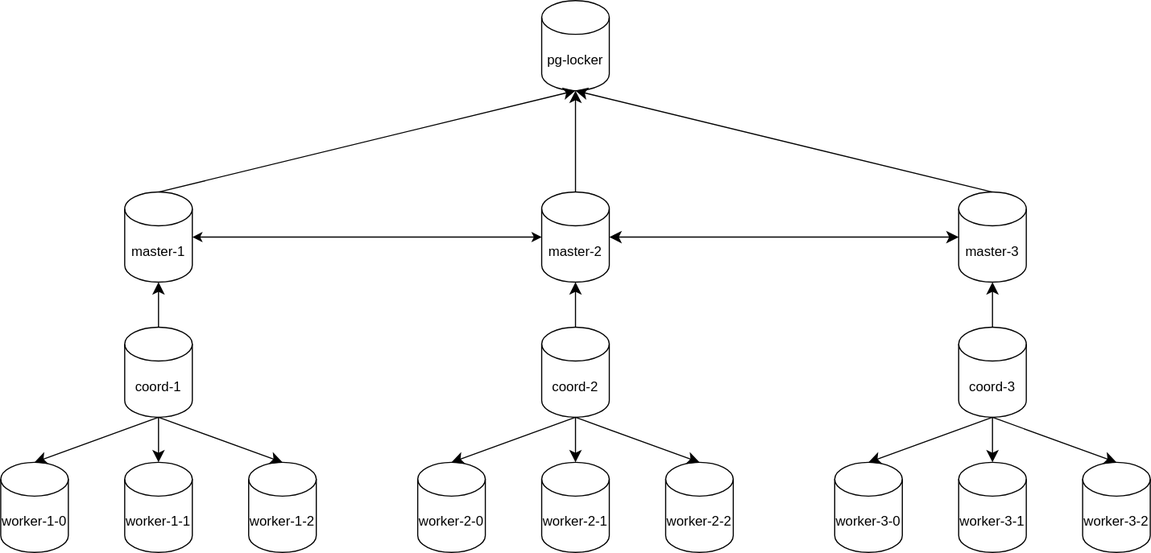
martim-x/K8sCitusCluster keeps this draw.io diagram as db_shema/db_schema.svg. Above is the earlier version. Source tidied: cells renumbered, new cells last; positions are measured from the earlier drawing's top-left corner, leaving out a move shared by most shapes.
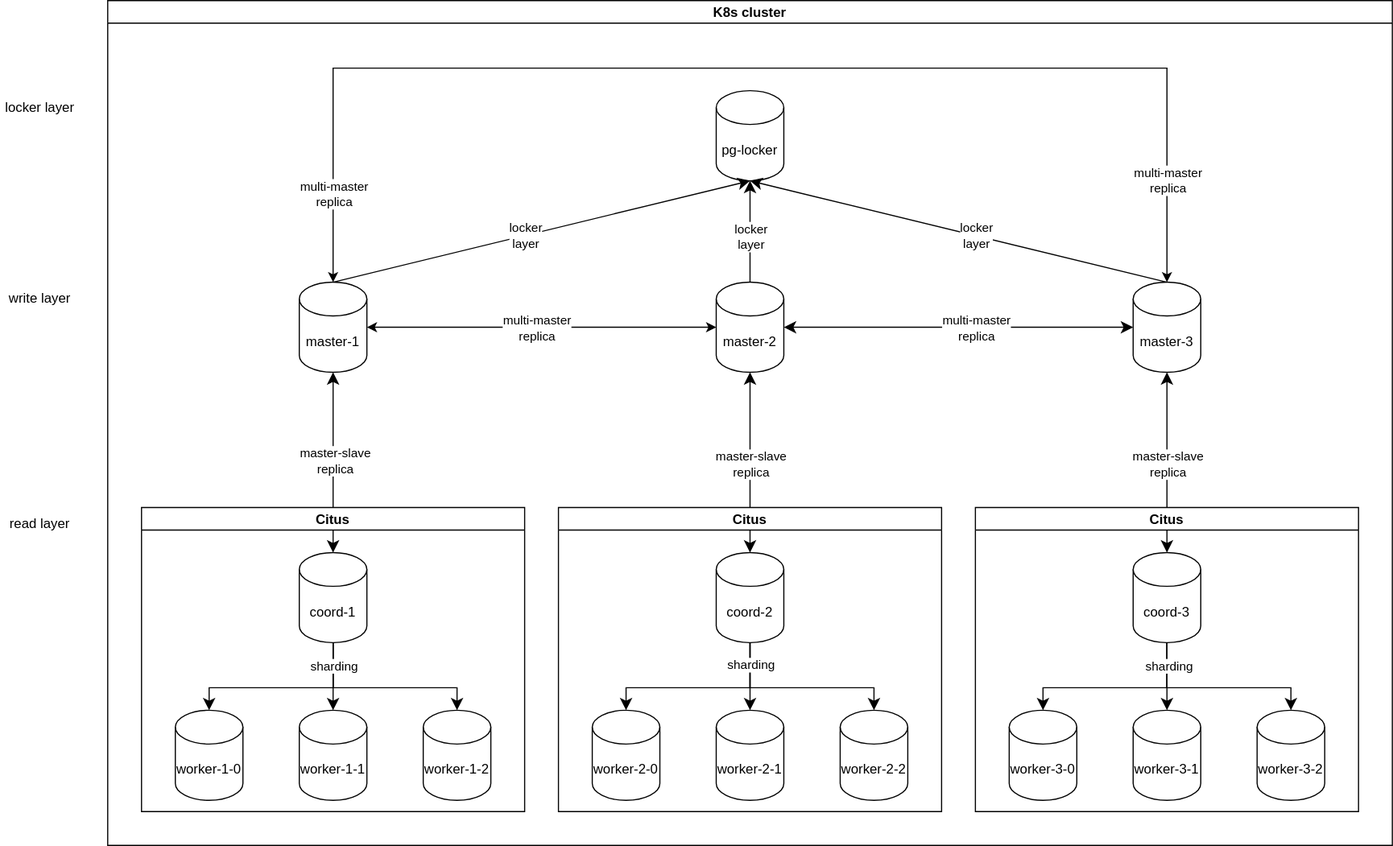
Later version of the same file.

The edit, as a diff of the source:
```diff
@@ -2,53 +2,90 @@
   <root>
     <mxCell id="0" />
     <mxCell id="1" parent="0" />
-    <mxCell id="2" style="edgeStyle=none;curved=1;rounded=0;jettySize=auto;html=1;fontSize=12;startSize=8;endSize=8;startArrow=classic;startFill=1;endArrow=none;endFill=0;" parent="1" edge="1" source="3" target="7">
+    <mxCell id="2" style="edgeStyle=none;curved=1;rounded=0;jettySize=auto;html=1;fontSize=12;startSize=8;endSize=8;startArrow=classic;startFill=1;endArrow=classic;endFill=1;" parent="1" edge="1" source="3" target="7">
       <mxGeometry relative="1" as="geometry" />
     </mxCell>
+    <mxCell id="35" value="master-slave&lt;div&gt;replica&lt;/div&gt;" style="edgeLabel;html=1;align=center;verticalAlign=middle;" parent="2" vertex="1">
+      <mxGeometry x="-0.02" y="1" relative="1" as="geometry" />
+    </mxCell>
+    <mxCell id="36" style="edgeStyle=orthogonalEdgeStyle;rounded=0;jettySize=auto;html=1;entryX=0.5;entryY=0;entryDx=0;entryDy=0;entryPerimeter=0;startArrow=classic;startFill=1;" parent="1" edge="1" source="3" target="6">
+      <mxGeometry relative="1" as="geometry">
+        <Array as="points">
+          <mxPoint x="140" y="-160" />
+          <mxPoint x="880" y="-160" />
+        </Array>
+      </mxGeometry>
+    </mxCell>
+    <mxCell id="37" value="multi-master&lt;div&gt;replica&lt;/div&gt;" style="edgeLabel;html=1;align=center;verticalAlign=middle;" parent="36" vertex="1">
+      <mxGeometry x="-0.86" relative="1" as="geometry" />
+    </mxCell>
+    <mxCell id="38" value="multi-master&lt;div&gt;replica&lt;/div&gt;" style="edgeLabel;html=1;align=center;verticalAlign=middle;" parent="36" vertex="1">
+      <mxGeometry x="0.84" relative="1" as="geometry" />
+    </mxCell>
     <mxCell id="3" value="master-1" style="shape=cylinder3;whiteSpace=wrap;html=1;boundedLbl=1;backgroundOutline=1;size=15;" parent="1" vertex="1">
-      <mxGeometry x="110" y="170" width="60" height="80" as="geometry" />
+      <mxGeometry x="110" y="30" width="60" height="80" as="geometry" />
     </mxCell>
-    <mxCell id="4" style="edgeStyle=none;curved=1;rounded=0;jettySize=auto;html=1;fontSize=12;startSize=8;endSize=8;endArrow=none;endFill=0;startArrow=classic;startFill=1;" parent="1" edge="1" source="5" target="8">
+    <mxCell id="4" style="edgeStyle=none;curved=1;rounded=0;jettySize=auto;html=1;fontSize=12;startSize=8;endSize=8;endArrow=classic;endFill=1;startArrow=classic;startFill=1;" parent="1" edge="1" source="5" target="8">
       <mxGeometry relative="1" as="geometry" />
     </mxCell>
+    <mxCell id="39" value="master-slave&lt;div&gt;replica&lt;/div&gt;" style="edgeLabel;html=1;align=center;verticalAlign=middle;" parent="4" vertex="1">
+      <mxGeometry x="0.01" relative="1" as="geometry" />
+    </mxCell>
     <mxCell id="5" value="master-2" style="shape=cylinder3;whiteSpace=wrap;html=1;boundedLbl=1;backgroundOutline=1;size=15;" parent="1" vertex="1">
-      <mxGeometry x="480" y="170" width="60" height="80" as="geometry" />
+      <mxGeometry x="480" y="30" width="60" height="80" as="geometry" />
     </mxCell>
     <mxCell id="6" value="master-3" style="shape=cylinder3;whiteSpace=wrap;html=1;boundedLbl=1;backgroundOutline=1;size=15;" parent="1" vertex="1">
-      <mxGeometry x="850" y="170" width="60" height="80" as="geometry" />
+      <mxGeometry x="850" y="30" width="60" height="80" as="geometry" />
     </mxCell>
     <mxCell id="7" value="coord-1" style="shape=cylinder3;whiteSpace=wrap;html=1;boundedLbl=1;backgroundOutline=1;size=15;" parent="1" vertex="1">
-      <mxGeometry x="110" y="290" width="60" height="80" as="geometry" />
+      <mxGeometry x="110" y="270" width="60" height="80" as="geometry" />
     </mxCell>
     <mxCell id="8" value="coord-2" style="shape=cylinder3;whiteSpace=wrap;html=1;boundedLbl=1;backgroundOutline=1;size=15;" parent="1" vertex="1">
-      <mxGeometry x="480" y="290" width="60" height="80" as="geometry" />
+      <mxGeometry x="480" y="270" width="60" height="80" as="geometry" />
     </mxCell>
-    <mxCell id="9" style="edgeStyle=none;curved=1;rounded=0;jettySize=auto;html=1;fontSize=12;startSize=8;endSize=8;" parent="1" edge="1" source="10" target="6">
+    <mxCell id="9" style="edgeStyle=none;curved=1;rounded=0;jettySize=auto;html=1;fontSize=12;startSize=8;endSize=8;startArrow=classic;startFill=1;" parent="1" edge="1" source="10" target="6">
       <mxGeometry relative="1" as="geometry" />
     </mxCell>
+    <mxCell id="40" value="master-slave&lt;div&gt;replica&lt;/div&gt;" style="edgeLabel;html=1;align=center;verticalAlign=middle;" parent="9" vertex="1">
+      <mxGeometry x="-0.01" relative="1" as="geometry" />
+    </mxCell>
     <mxCell id="10" value="coord-3" style="shape=cylinder3;whiteSpace=wrap;html=1;boundedLbl=1;backgroundOutline=1;size=15;" parent="1" vertex="1">
-      <mxGeometry x="850" y="290" width="60" height="80" as="geometry" />
+      <mxGeometry x="850" y="270" width="60" height="80" as="geometry" />
     </mxCell>
     <mxCell id="11" value="pg-locker" style="shape=cylinder3;whiteSpace=wrap;html=1;boundedLbl=1;backgroundOutline=1;size=15;" parent="1" vertex="1">
-      <mxGeometry x="480" width="60" height="80" as="geometry" />
+      <mxGeometry x="480" y="-140" width="60" height="80" as="geometry" />
     </mxCell>
     <mxCell id="12" style="edgeStyle=none;curved=1;rounded=0;jettySize=auto;html=1;entryX=0.5;entryY=1;entryDx=0;entryDy=0;entryPerimeter=0;fontSize=12;startSize=8;endSize=8;" parent="1" edge="1" source="5" target="11">
       <mxGeometry relative="1" as="geometry" />
     </mxCell>
+    <mxCell id="41" value="locker&lt;div&gt;layer&lt;/div&gt;" style="edgeLabel;html=1;align=center;verticalAlign=middle;" parent="12" vertex="1">
+      <mxGeometry x="-0.1" relative="1" as="geometry" />
+    </mxCell>
     <mxCell id="13" style="edgeStyle=none;curved=1;rounded=0;jettySize=auto;html=1;entryX=0.5;entryY=1;entryDx=0;entryDy=0;entryPerimeter=0;fontSize=12;startSize=8;endSize=8;exitX=0.5;exitY=0;exitDx=0;exitDy=0;exitPerimeter=0;" parent="1" edge="1" source="3" target="11">
       <mxGeometry relative="1" as="geometry" />
     </mxCell>
+    <mxCell id="42" value="locker&lt;div&gt;layer&lt;/div&gt;" style="edgeLabel;html=1;align=center;verticalAlign=middle;" parent="13" vertex="1">
+      <mxGeometry x="-0.08" relative="1" as="geometry" />
+    </mxCell>
     <mxCell id="14" style="edgeStyle=none;curved=1;rounded=0;jettySize=auto;html=1;entryX=0.5;entryY=1;entryDx=0;entryDy=0;entryPerimeter=0;fontSize=12;startSize=8;endSize=8;exitX=0.5;exitY=0;exitDx=0;exitDy=0;exitPerimeter=0;" parent="1" edge="1" source="6" target="11">
       <mxGeometry relative="1" as="geometry" />
     </mxCell>
+    <mxCell id="43" value="locker&lt;div&gt;layer&lt;/div&gt;" style="edgeLabel;html=1;align=center;verticalAlign=middle;" parent="14" vertex="1">
+      <mxGeometry x="-0.08" relative="1" as="geometry" />
+    </mxCell>
     <mxCell id="15" value="worker-1-0" style="shape=cylinder3;whiteSpace=wrap;html=1;boundedLbl=1;backgroundOutline=1;size=15;" parent="1" vertex="1">
       <mxGeometry y="410" width="60" height="80" as="geometry" />
     </mxCell>
     <mxCell id="16" value="worker-1-1" style="shape=cylinder3;whiteSpace=wrap;html=1;boundedLbl=1;backgroundOutline=1;size=15;" parent="1" vertex="1">
       <mxGeometry x="110" y="410" width="60" height="80" as="geometry" />
     </mxCell>
-    <mxCell id="17" style="edgeStyle=none;curved=1;rounded=0;jettySize=auto;html=1;entryX=0.5;entryY=0;entryDx=0;entryDy=0;entryPerimeter=0;fontSize=12;startSize=8;endSize=8;exitX=0.5;exitY=1;exitDx=0;exitDy=0;exitPerimeter=0;" parent="1" edge="1" source="7" target="15">
-      <mxGeometry relative="1" as="geometry" />
+    <mxCell id="17" style="rounded=0;jettySize=auto;html=1;entryX=0.5;entryY=0;entryDx=0;entryDy=0;entryPerimeter=0;fontSize=12;startSize=8;endSize=8;exitX=0.5;exitY=1;exitDx=0;exitDy=0;exitPerimeter=0;" parent="1" edge="1" source="7" target="15">
+      <mxGeometry relative="1" as="geometry">
+        <Array as="points">
+          <mxPoint x="140" y="390" />
+          <mxPoint x="30" y="390" />
+        </Array>
+      </mxGeometry>
     </mxCell>
     <mxCell id="18" style="edgeStyle=none;curved=1;rounded=0;jettySize=auto;html=1;entryX=0.5;entryY=0;entryDx=0;entryDy=0;entryPerimeter=0;fontSize=12;startSize=8;endSize=8;" parent="1" edge="1" source="7" target="16">
       <mxGeometry relative="1" as="geometry" />
@@ -56,9 +93,17 @@
     <mxCell id="19" value="worker-1-2" style="shape=cylinder3;whiteSpace=wrap;html=1;boundedLbl=1;backgroundOutline=1;size=15;" parent="1" vertex="1">
       <mxGeometry x="220" y="410" width="60" height="80" as="geometry" />
     </mxCell>
-    <mxCell id="20" style="edgeStyle=none;curved=1;rounded=0;jettySize=auto;html=1;entryX=0.5;entryY=0;entryDx=0;entryDy=0;entryPerimeter=0;fontSize=12;startSize=8;endSize=8;exitX=0.5;exitY=1;exitDx=0;exitDy=0;exitPerimeter=0;" parent="1" edge="1" source="7" target="19">
-      <mxGeometry relative="1" as="geometry" />
+    <mxCell id="20" style="rounded=0;jettySize=auto;html=1;entryX=0.5;entryY=0;entryDx=0;entryDy=0;entryPerimeter=0;fontSize=12;startSize=8;endSize=8;exitX=0.5;exitY=1;exitDx=0;exitDy=0;exitPerimeter=0;" parent="1" edge="1" source="7" target="19">
+      <mxGeometry relative="1" as="geometry">
+        <Array as="points">
+          <mxPoint x="140" y="390" />
+          <mxPoint x="250" y="390" />
+        </Array>
+      </mxGeometry>
     </mxCell>
+    <mxCell id="44" value="sharding" style="edgeLabel;html=1;align=center;verticalAlign=middle;" parent="20" vertex="1">
+      <mxGeometry x="-0.77" relative="1" as="geometry" />
+    </mxCell>
     <mxCell id="21" value="worker-2-0" style="shape=cylinder3;whiteSpace=wrap;html=1;boundedLbl=1;backgroundOutline=1;size=15;" parent="1" vertex="1">
       <mxGeometry x="370" y="410" width="60" height="80" as="geometry" />
     </mxCell>
@@ -77,29 +122,82 @@
     <mxCell id="26" value="worker-3-2" style="shape=cylinder3;whiteSpace=wrap;html=1;boundedLbl=1;backgroundOutline=1;size=15;" parent="1" vertex="1">
       <mxGeometry x="960" y="410" width="60" height="80" as="geometry" />
     </mxCell>
-    <mxCell id="27" style="edgeStyle=none;curved=1;rounded=0;jettySize=auto;html=1;entryX=0.5;entryY=0;entryDx=0;entryDy=0;entryPerimeter=0;fontSize=12;startSize=8;endSize=8;exitX=0.5;exitY=1;exitDx=0;exitDy=0;exitPerimeter=0;" parent="1" edge="1" source="10" target="24">
-      <mxGeometry relative="1" as="geometry" />
+    <mxCell id="27" style="rounded=0;jettySize=auto;html=1;entryX=0.5;entryY=0;entryDx=0;entryDy=0;entryPerimeter=0;fontSize=12;startSize=8;endSize=8;exitX=0.5;exitY=1;exitDx=0;exitDy=0;exitPerimeter=0;" parent="1" edge="1" source="10" target="24">
+      <mxGeometry relative="1" as="geometry">
+        <Array as="points">
+          <mxPoint x="880" y="390" />
+          <mxPoint x="770" y="390" />
+        </Array>
+      </mxGeometry>
     </mxCell>
-    <mxCell id="28" style="edgeStyle=none;curved=1;rounded=0;jettySize=auto;html=1;entryX=0.5;entryY=0;entryDx=0;entryDy=0;entryPerimeter=0;fontSize=12;startSize=8;endSize=8;" parent="1" edge="1" source="10" target="25">
+    <mxCell id="28" style="rounded=0;jettySize=auto;html=1;entryX=0.5;entryY=0;entryDx=0;entryDy=0;entryPerimeter=0;fontSize=12;startSize=8;endSize=8;" parent="1" edge="1" source="10" target="25">
       <mxGeometry relative="1" as="geometry" />
     </mxCell>
-    <mxCell id="29" style="edgeStyle=none;curved=1;rounded=0;jettySize=auto;html=1;entryX=0.5;entryY=0;entryDx=0;entryDy=0;entryPerimeter=0;fontSize=12;startSize=8;endSize=8;exitX=0.5;exitY=1;exitDx=0;exitDy=0;exitPerimeter=0;" parent="1" edge="1" source="10" target="26">
-      <mxGeometry relative="1" as="geometry" />
+    <mxCell id="29" style="rounded=0;jettySize=auto;html=1;entryX=0.5;entryY=0;entryDx=0;entryDy=0;entryPerimeter=0;fontSize=12;startSize=8;endSize=8;exitX=0.5;exitY=1;exitDx=0;exitDy=0;exitPerimeter=0;" parent="1" edge="1" source="10" target="26">
+      <mxGeometry relative="1" as="geometry">
+        <Array as="points">
+          <mxPoint x="880" y="390" />
+          <mxPoint x="990" y="390" />
+        </Array>
+      </mxGeometry>
     </mxCell>
+    <mxCell id="45" value="sharding" style="edgeLabel;html=1;align=center;verticalAlign=middle;" parent="29" vertex="1">
+      <mxGeometry x="-0.77" y="1" relative="1" as="geometry" />
+    </mxCell>
-    <mxCell id="30" style="edgeStyle=none;curved=1;rounded=0;jettySize=auto;html=1;entryX=0.5;entryY=0;entryDx=0;entryDy=0;entryPerimeter=0;fontSize=12;startSize=8;endSize=8;" parent="1" edge="1" source="8" target="22">
+    <mxCell id="30" style="rounded=0;jettySize=auto;html=1;entryX=0.5;entryY=0;entryDx=0;entryDy=0;entryPerimeter=0;fontSize=12;startSize=8;endSize=8;" parent="1" edge="1" source="8" target="22">
       <mxGeometry relative="1" as="geometry" />
     </mxCell>
-    <mxCell id="31" style="edgeStyle=none;curved=1;rounded=0;jettySize=auto;html=1;entryX=0.5;entryY=0;entryDx=0;entryDy=0;entryPerimeter=0;fontSize=12;startSize=8;endSize=8;exitX=0.5;exitY=1;exitDx=0;exitDy=0;exitPerimeter=0;" parent="1" edge="1" source="8" target="21">
-      <mxGeometry relative="1" as="geometry" />
+    <mxCell id="31" style="rounded=0;jettySize=auto;html=1;entryX=0.5;entryY=0;entryDx=0;entryDy=0;entryPerimeter=0;fontSize=12;startSize=8;endSize=8;exitX=0.5;exitY=1;exitDx=0;exitDy=0;exitPerimeter=0;" parent="1" edge="1" source="8" target="21">
+      <mxGeometry relative="1" as="geometry">
+        <Array as="points">
+          <mxPoint x="510" y="390" />
+          <mxPoint x="400" y="390" />
+        </Array>
+      </mxGeometry>
     </mxCell>
-    <mxCell id="32" style="edgeStyle=none;curved=1;rounded=0;jettySize=auto;html=1;entryX=0.5;entryY=0;entryDx=0;entryDy=0;entryPerimeter=0;fontSize=12;startSize=8;endSize=8;exitX=0.5;exitY=1;exitDx=0;exitDy=0;exitPerimeter=0;" parent="1" edge="1" source="8" target="23">
-      <mxGeometry relative="1" as="geometry" />
+    <mxCell id="32" style="rounded=0;jettySize=auto;html=1;entryX=0.5;entryY=0;entryDx=0;entryDy=0;entryPerimeter=0;fontSize=12;startSize=8;endSize=8;exitX=0.5;exitY=1;exitDx=0;exitDy=0;exitPerimeter=0;" parent="1" edge="1" source="8" target="23">
+      <mxGeometry relative="1" as="geometry">
+        <Array as="points">
+          <mxPoint x="510" y="390" />
+          <mxPoint x="620" y="390" />
+        </Array>
+      </mxGeometry>
     </mxCell>
+    <mxCell id="46" value="sharding" style="edgeLabel;html=1;align=center;verticalAlign=middle;" parent="32" vertex="1">
+      <mxGeometry x="-0.78" relative="1" as="geometry" />
+    </mxCell>
     <mxCell id="33" style="rounded=0;jettySize=auto;html=1;fontSize=12;entryX=0;entryY=0.5;entryDx=0;entryDy=0;entryPerimeter=0;startArrow=classic;startFill=1;" parent="1" edge="1" source="3" target="5">
       <mxGeometry relative="1" as="geometry" />
     </mxCell>
+    <mxCell id="47" value="multi-master&lt;div&gt;replica&lt;/div&gt;" style="edgeLabel;html=1;align=center;verticalAlign=middle;" parent="33" vertex="1">
+      <mxGeometry x="-0.03" relative="1" as="geometry" />
+    </mxCell>
     <mxCell id="34" style="edgeStyle=none;curved=1;rounded=0;jettySize=auto;html=1;entryX=1;entryY=0.5;entryDx=0;entryDy=0;entryPerimeter=0;fontSize=12;startSize=8;endSize=8;startArrow=classic;startFill=1;" parent="1" edge="1" source="6" target="5">
       <mxGeometry relative="1" as="geometry" />
     </mxCell>
+    <mxCell id="48" value="multi-master&lt;div&gt;replica&lt;/div&gt;" style="edgeLabel;html=1;align=center;verticalAlign=middle;" parent="34" vertex="1">
+      <mxGeometry x="-0.09" relative="1" as="geometry" />
+    </mxCell>
+    <mxCell id="49" value="Citus" style="swimlane;startSize=20;horizontal=1;containerType=tree;newEdgeStyle={&quot;edgeStyle&quot;:&quot;elbowEdgeStyle&quot;,&quot;startArrow&quot;:&quot;none&quot;,&quot;endArrow&quot;:&quot;none&quot;};" parent="1" vertex="1">
+      <mxGeometry x="-30" y="230" width="340" height="270" as="geometry" />
+    </mxCell>
+    <mxCell id="50" value="Citus" style="swimlane;startSize=20;horizontal=1;containerType=tree;newEdgeStyle={&quot;edgeStyle&quot;:&quot;elbowEdgeStyle&quot;,&quot;startArrow&quot;:&quot;none&quot;,&quot;endArrow&quot;:&quot;none&quot;};" parent="1" vertex="1">
+      <mxGeometry x="340" y="230" width="340" height="270" as="geometry" />
+    </mxCell>
+    <mxCell id="51" value="Citus" style="swimlane;startSize=20;horizontal=1;containerType=tree;newEdgeStyle={&quot;edgeStyle&quot;:&quot;elbowEdgeStyle&quot;,&quot;startArrow&quot;:&quot;none&quot;,&quot;endArrow&quot;:&quot;none&quot;};" parent="1" vertex="1">
+      <mxGeometry x="710" y="230" width="340" height="270" as="geometry" />
+    </mxCell>
+    <mxCell id="52" value="K8s cluster" style="swimlane;startSize=20;horizontal=1;containerType=tree;newEdgeStyle={&quot;edgeStyle&quot;:&quot;elbowEdgeStyle&quot;,&quot;startArrow&quot;:&quot;none&quot;,&quot;endArrow&quot;:&quot;none&quot;};" parent="1" vertex="1">
+      <mxGeometry x="-60" y="-220" width="1140" height="750" as="geometry" />
+    </mxCell>
+    <mxCell id="53" value="locker layer" style="text;html=1;whiteSpace=wrap;strokeColor=none;fillColor=none;align=center;verticalAlign=middle;rounded=0;" parent="1" vertex="1">
+      <mxGeometry x="-155" y="-140" width="70" height="30" as="geometry" />
+    </mxCell>
+    <mxCell id="54" value="write layer" style="text;html=1;whiteSpace=wrap;strokeColor=none;fillColor=none;align=center;verticalAlign=middle;rounded=0;" parent="1" vertex="1">
+      <mxGeometry x="-150" y="30" width="60" height="30" as="geometry" />
+    </mxCell>
+    <mxCell id="55" value="read layer" style="text;html=1;whiteSpace=wrap;strokeColor=none;fillColor=none;align=center;verticalAlign=middle;rounded=0;" parent="1" vertex="1">
+      <mxGeometry x="-150" y="230" width="60" height="30" as="geometry" />
+    </mxCell>
   </root>
 </mxGraphModel>
```
